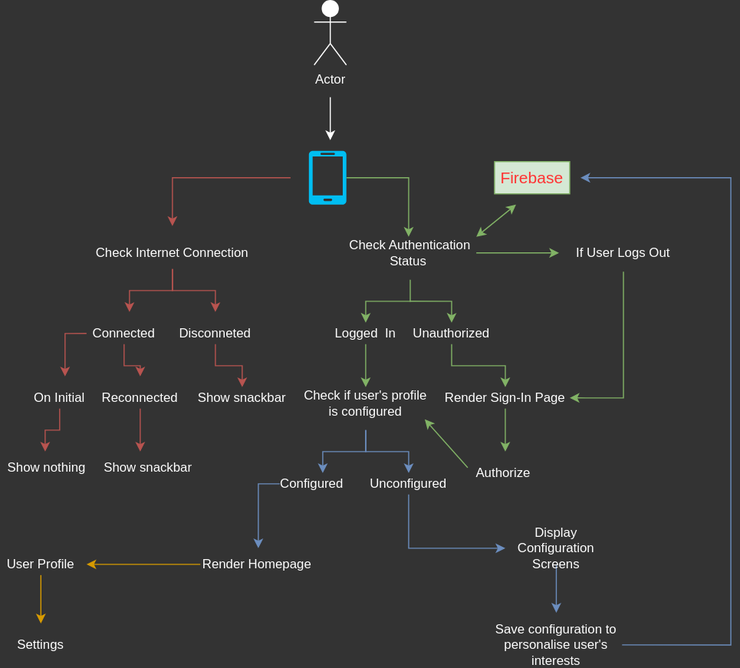
The draw.io diagram artiver-visualization.svg in wzslr321/artiver, before a commit. Source tidied: cells renumbered, new cells last; positions are measured from the earlier drawing's top-left corner, leaving out a move shared by most shapes.
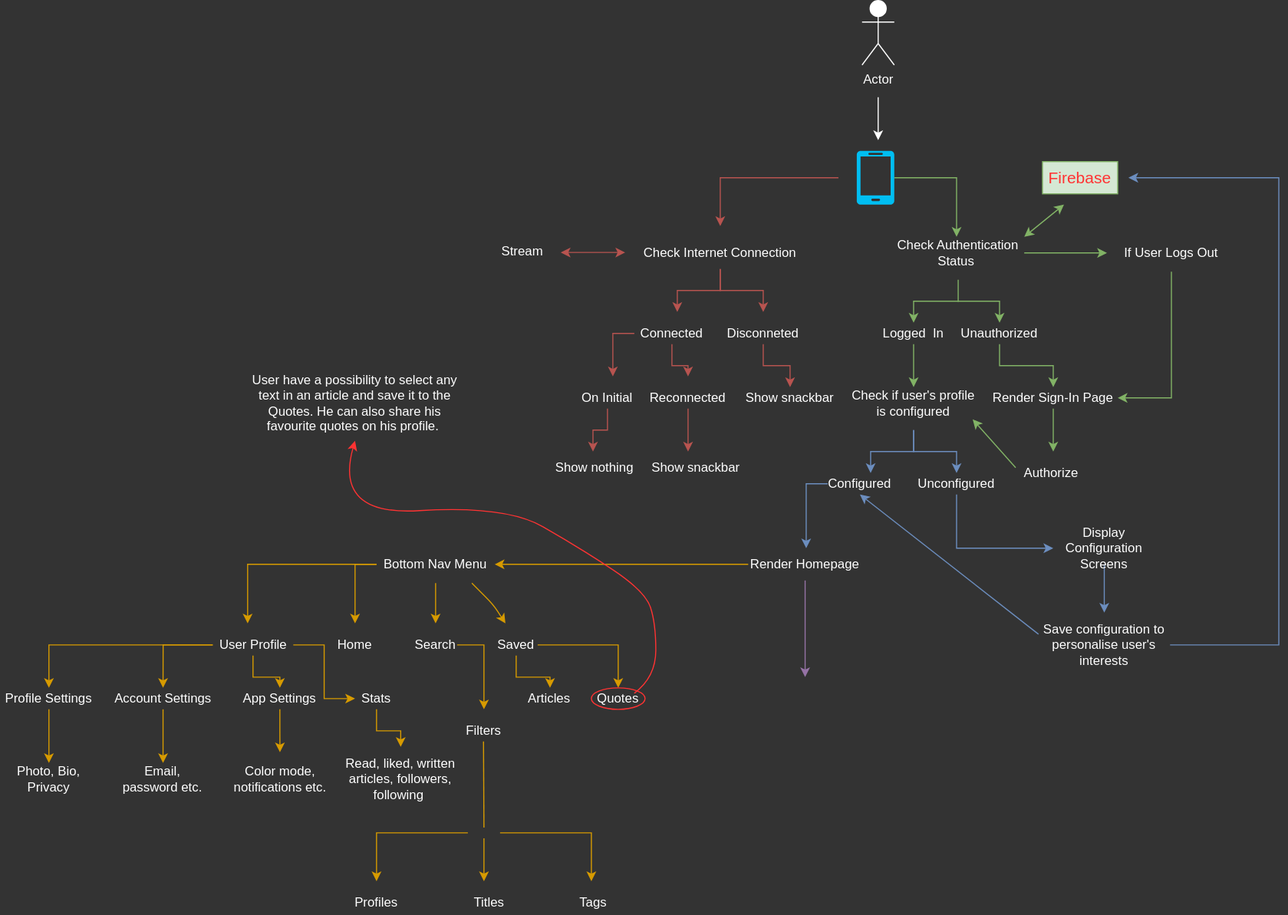
After the change.

What changed in the source:
```diff
@@ -200,24 +200,191 @@
     <mxCell id="48" value="&lt;font color=&quot;#ffffff&quot;&gt;Save configuration to personalise user's interests&lt;/font&gt;" style="text;html=1;strokeColor=none;fillColor=none;align=center;verticalAlign=middle;whiteSpace=wrap;rounded=0;" parent="1" vertex="1">
       <mxGeometry x="456.2" y="580" width="122.5" height="40" as="geometry" />
     </mxCell>
-    <mxCell id="49" style="edgeStyle=orthogonalEdgeStyle;rounded=0;jettySize=auto;html=1;exitX=0;exitY=0.5;exitDx=0;exitDy=0;fillColor=#ffe6cc;strokeColor=#d79b00;" parent="1" edge="1" source="50">
-      <mxGeometry relative="1" as="geometry">
-        <mxPoint x="80" y="525" as="targetPoint" />
-      </mxGeometry>
-    </mxCell>
+    <mxCell id="54" style="edgeStyle=orthogonalEdgeStyle;rounded=0;jettySize=auto;html=1;fillColor=#e1d5e7;strokeColor=#9673a6;" parent="1" edge="1" source="50">
+      <mxGeometry relative="1" as="geometry">
+        <mxPoint x="239" y="630" as="targetPoint" />
+      </mxGeometry>
+    </mxCell>
+    <mxCell id="55" style="edgeStyle=orthogonalEdgeStyle;rounded=0;jettySize=auto;html=1;fillColor=#ffe6cc;strokeColor=#d79b00;" parent="1" edge="1" source="50" target="77">
+      <mxGeometry relative="1" as="geometry" />
+    </mxCell>
     <mxCell id="50" value="&lt;font color=&quot;#ffffff&quot;&gt;Render Homepage&lt;/font&gt;" style="text;html=1;strokeColor=none;fillColor=none;align=center;verticalAlign=middle;whiteSpace=wrap;rounded=0;" parent="1" vertex="1">
       <mxGeometry x="186" y="510" width="106" height="30" as="geometry" />
     </mxCell>
-    <mxCell id="51" style="edgeStyle=orthogonalEdgeStyle;rounded=0;jettySize=auto;html=1;fillColor=#ffe6cc;strokeColor=#d79b00;" parent="1" edge="1" source="52">
-      <mxGeometry relative="1" as="geometry">
-        <mxPoint x="37.5" y="580" as="targetPoint" />
-      </mxGeometry>
-    </mxCell>
+    <mxCell id="56" style="edgeStyle=orthogonalEdgeStyle;rounded=0;jettySize=auto;html=1;entryX=0;entryY=0.5;entryDx=0;entryDy=0;fillColor=#ffe6cc;strokeColor=#d79b00;" parent="1" edge="1" source="52" target="71">
+      <mxGeometry relative="1" as="geometry" />
+    </mxCell>
+    <mxCell id="57" style="edgeStyle=orthogonalEdgeStyle;rounded=0;jettySize=auto;html=1;entryX=0.5;entryY=0;entryDx=0;entryDy=0;fillColor=#ffe6cc;strokeColor=#d79b00;" parent="1" edge="1" source="52" target="69">
+      <mxGeometry relative="1" as="geometry" />
+    </mxCell>
+    <mxCell id="58" style="edgeStyle=orthogonalEdgeStyle;rounded=0;jettySize=auto;html=1;entryX=0.5;entryY=0;entryDx=0;entryDy=0;fillColor=#ffe6cc;strokeColor=#d79b00;" parent="1" edge="1" source="52" target="53">
+      <mxGeometry relative="1" as="geometry" />
+    </mxCell>
+    <mxCell id="59" style="edgeStyle=orthogonalEdgeStyle;rounded=0;jettySize=auto;html=1;entryX=0.5;entryY=0;entryDx=0;entryDy=0;fillColor=#ffe6cc;strokeColor=#d79b00;" parent="1" edge="1" source="52" target="62">
+      <mxGeometry relative="1" as="geometry" />
+    </mxCell>
     <mxCell id="52" value="&lt;font color=&quot;#ffffff&quot;&gt;User Profile&lt;/font&gt;" style="text;html=1;strokeColor=none;fillColor=none;align=center;verticalAlign=middle;whiteSpace=wrap;rounded=0;" parent="1" vertex="1">
-      <mxGeometry y="515" width="75" height="20" as="geometry" />
+      <mxGeometry x="-312.5" y="590" width="75" height="20" as="geometry" />
     </mxCell>
+    <mxCell id="60" style="edgeStyle=orthogonalEdgeStyle;rounded=0;jettySize=auto;html=1;entryX=0.5;entryY=0;entryDx=0;entryDy=0;fillColor=#ffe6cc;strokeColor=#d79b00;" parent="1" edge="1" source="53" target="64">
+      <mxGeometry relative="1" as="geometry" />
+    </mxCell>
-    <mxCell id="53" value="&lt;font color=&quot;#ffffff&quot;&gt;Settings&lt;/font&gt;" style="text;html=1;strokeColor=none;fillColor=none;align=center;verticalAlign=middle;whiteSpace=wrap;rounded=0;" parent="1" vertex="1">
-      <mxGeometry x="6.2" y="590" width="62.5" height="20" as="geometry" />
+    <mxCell id="53" value="&lt;font color=&quot;#ffffff&quot;&gt;Account&amp;nbsp;&lt;span&gt;Settings&lt;/span&gt;&lt;/font&gt;" style="text;html=1;strokeColor=none;fillColor=none;align=center;verticalAlign=middle;whiteSpace=wrap;rounded=0;" parent="1" vertex="1">
+      <mxGeometry x="-390" y="640" width="62.5" height="20" as="geometry" />
     </mxCell>
+    <mxCell id="61" style="edgeStyle=orthogonalEdgeStyle;rounded=0;jettySize=auto;html=1;fillColor=#ffe6cc;strokeColor=#d79b00;" parent="1" edge="1" source="62" target="67">
+      <mxGeometry relative="1" as="geometry" />
+    </mxCell>
+    <mxCell id="62" value="&lt;font color=&quot;#ffffff&quot;&gt;Profile Settings&lt;/font&gt;" style="text;html=1;strokeColor=none;fillColor=none;align=center;verticalAlign=middle;whiteSpace=wrap;rounded=0;" parent="1" vertex="1">
+      <mxGeometry x="-510" y="640" width="90" height="20" as="geometry" />
+    </mxCell>
+    <mxCell id="63" value="&lt;font color=&quot;#ffffff&quot;&gt;Read, liked, written articles, followers, following&amp;nbsp;&lt;/font&gt;" style="text;html=1;strokeColor=none;fillColor=none;align=center;verticalAlign=middle;whiteSpace=wrap;rounded=0;" parent="1" vertex="1">
+      <mxGeometry x="-190" y="695" width="105" height="60" as="geometry" />
+    </mxCell>
+    <mxCell id="64" value="&lt;font color=&quot;#ffffff&quot;&gt;Email, password etc.&lt;/font&gt;" style="text;html=1;strokeColor=none;fillColor=none;align=center;verticalAlign=middle;whiteSpace=wrap;rounded=0;" parent="1" vertex="1">
+      <mxGeometry x="-398.8" y="710" width="80" height="30" as="geometry" />
+    </mxCell>
+    <mxCell id="65" value="&lt;font color=&quot;#ffffff&quot;&gt;Stream&lt;/font&gt;" style="text;html=1;strokeColor=none;fillColor=none;align=center;verticalAlign=middle;whiteSpace=wrap;rounded=0;" parent="1" vertex="1">
+      <mxGeometry x="-53.8" y="217.5" width="60" height="32.5" as="geometry" />
+    </mxCell>
+    <mxCell id="66" style="endArrow=classic;startArrow=classic;html=1;fillColor=#f8cecc;strokeColor=#b85450;" parent="1" edge="1">
+      <mxGeometry relative="1" as="geometry">
+        <mxPoint x="11.5" y="234.6" as="sourcePoint" />
+        <mxPoint x="71.5" y="234.6" as="targetPoint" />
+      </mxGeometry>
+    </mxCell>
+    <mxCell id="67" value="&lt;font color=&quot;#ffffff&quot;&gt;Photo, Bio, Privacy&lt;/font&gt;" style="text;html=1;strokeColor=none;fillColor=none;align=center;verticalAlign=middle;whiteSpace=wrap;rounded=0;" parent="1" vertex="1">
+      <mxGeometry x="-500" y="710" width="70" height="30" as="geometry" />
+    </mxCell>
+    <mxCell id="68" style="edgeStyle=orthogonalEdgeStyle;rounded=0;jettySize=auto;html=1;fillColor=#ffe6cc;strokeColor=#d79b00;" parent="1" edge="1" source="69" target="72">
+      <mxGeometry relative="1" as="geometry" />
+    </mxCell>
+    <mxCell id="69" value="&lt;font color=&quot;#ffffff&quot;&gt;App Settings&lt;/font&gt;" style="text;html=1;strokeColor=none;fillColor=none;align=center;verticalAlign=middle;whiteSpace=wrap;rounded=0;" parent="1" vertex="1">
+      <mxGeometry x="-290" y="640" width="80" height="20" as="geometry" />
+    </mxCell>
+    <mxCell id="70" style="edgeStyle=orthogonalEdgeStyle;rounded=0;jettySize=auto;html=1;entryX=0.5;entryY=0;entryDx=0;entryDy=0;fillColor=#ffe6cc;strokeColor=#d79b00;" parent="1" edge="1" source="71" target="63">
+      <mxGeometry relative="1" as="geometry" />
+    </mxCell>
+    <mxCell id="71" value="&lt;font color=&quot;#ffffff&quot;&gt;Stats&lt;/font&gt;" style="text;html=1;strokeColor=none;fillColor=none;align=center;verticalAlign=middle;whiteSpace=wrap;rounded=0;" parent="1" vertex="1">
+      <mxGeometry x="-180" y="640" width="40" height="20" as="geometry" />
+    </mxCell>
+    <mxCell id="72" value="&lt;font color=&quot;#ffffff&quot;&gt;Color mode, notifications etc.&lt;/font&gt;" style="text;html=1;strokeColor=none;fillColor=none;align=center;verticalAlign=middle;whiteSpace=wrap;rounded=0;" parent="1" vertex="1">
+      <mxGeometry x="-306.2" y="700" width="112.5" height="50" as="geometry" />
+    </mxCell>
+    <mxCell id="73" style="endArrow=classic;html=1;entryX=0.5;entryY=1;entryDx=0;entryDy=0;exitX=0;exitY=0.25;exitDx=0;exitDy=0;fillColor=#dae8fc;strokeColor=#6c8ebf;" parent="1" edge="1" source="48" target="42">
+      <mxGeometry relative="1" as="geometry" />
+    </mxCell>
+    <mxCell id="74" style="edgeStyle=orthogonalEdgeStyle;rounded=0;jettySize=auto;html=1;fillColor=#ffe6cc;strokeColor=#d79b00;" parent="1" edge="1" source="77">
+      <mxGeometry relative="1" as="geometry">
+        <mxPoint x="-280" y="580" as="targetPoint" />
+      </mxGeometry>
+    </mxCell>
+    <mxCell id="75" style="edgeStyle=orthogonalEdgeStyle;rounded=0;jettySize=auto;html=1;fillColor=#ffe6cc;strokeColor=#d79b00;" parent="1" edge="1" source="77">
+      <mxGeometry relative="1" as="geometry">
+        <mxPoint x="-105" y="580" as="targetPoint" />
+      </mxGeometry>
+    </mxCell>
+    <mxCell id="76" style="edgeStyle=orthogonalEdgeStyle;rounded=0;jettySize=auto;html=1;fillColor=#ffe6cc;strokeColor=#d79b00;" parent="1" edge="1" source="77">
+      <mxGeometry relative="1" as="geometry">
+        <mxPoint x="-180" y="580" as="targetPoint" />
+      </mxGeometry>
+    </mxCell>
+    <mxCell id="77" value="&lt;font color=&quot;#ffffff&quot;&gt;Bottom Nav Menu&lt;/font&gt;" style="text;html=1;strokeColor=none;fillColor=none;align=center;verticalAlign=middle;whiteSpace=wrap;rounded=0;" parent="1" vertex="1">
+      <mxGeometry x="-160" y="507.5" width="110" height="35" as="geometry" />
+    </mxCell>
+    <mxCell id="78" style="edgeStyle=orthogonalEdgeStyle;rounded=0;jettySize=auto;html=1;fillColor=#ffe6cc;strokeColor=#d79b00;" parent="1" edge="1" source="79">
+      <mxGeometry relative="1" as="geometry">
+        <mxPoint x="-60" y="660" as="targetPoint" />
+      </mxGeometry>
+    </mxCell>
+    <mxCell id="79" value="&lt;font color=&quot;#ffffff&quot;&gt;Search&lt;/font&gt;" style="text;html=1;strokeColor=none;fillColor=none;align=center;verticalAlign=middle;whiteSpace=wrap;rounded=0;" parent="1" vertex="1">
+      <mxGeometry x="-125" y="590" width="40" height="20" as="geometry" />
+    </mxCell>
+    <mxCell id="80" value="&lt;font color=&quot;#ffffff&quot;&gt;Home&lt;/font&gt;" style="text;html=1;strokeColor=none;fillColor=none;align=center;verticalAlign=middle;whiteSpace=wrap;rounded=0;" parent="1" vertex="1">
+      <mxGeometry x="-200" y="590" width="40" height="20" as="geometry" />
+    </mxCell>
+    <mxCell id="81" style="edgeStyle=orthogonalEdgeStyle;rounded=0;jettySize=auto;html=1;entryX=0.5;entryY=0;entryDx=0;entryDy=0;fillColor=#ffe6cc;strokeColor=#d79b00;" parent="1" edge="1" source="83" target="95">
+      <mxGeometry relative="1" as="geometry" />
+    </mxCell>
+    <mxCell id="82" style="edgeStyle=orthogonalEdgeStyle;rounded=0;jettySize=auto;html=1;entryX=0.5;entryY=0;entryDx=0;entryDy=0;fillColor=#ffe6cc;strokeColor=#d79b00;" parent="1" edge="1" source="83" target="96">
+      <mxGeometry relative="1" as="geometry" />
+    </mxCell>
+    <mxCell id="83" value="&lt;font color=&quot;#ffffff&quot;&gt;Saved&lt;/font&gt;" style="text;html=1;strokeColor=none;fillColor=none;align=center;verticalAlign=middle;whiteSpace=wrap;rounded=0;" parent="1" vertex="1">
+      <mxGeometry x="-50" y="590" width="40" height="20" as="geometry" />
+    </mxCell>
+    <mxCell id="84" style="endArrow=classic;html=1;fillColor=#ffe6cc;strokeColor=#d79b00;" parent="1" edge="1">
+      <mxGeometry relative="1" as="geometry">
+        <mxPoint x="-71.2" y="542.5" as="sourcePoint" />
+        <mxPoint x="-40" y="580" as="targetPoint" />
+        <Array as="points">
+          <mxPoint x="-51.2" y="562.5" />
+        </Array>
+      </mxGeometry>
+    </mxCell>
+    <mxCell id="85" value="&lt;font color=&quot;#ffffff&quot;&gt;Filters&lt;/font&gt;" style="text;html=1;strokeColor=none;fillColor=none;align=center;verticalAlign=middle;whiteSpace=wrap;rounded=0;labelBackgroundColor=none;" parent="1" vertex="1">
+      <mxGeometry x="-80" y="670" width="40" height="20" as="geometry" />
+    </mxCell>
+    <mxCell id="86" style="endArrow=none;html=1;fillColor=#ffe6cc;strokeColor=#d79b00;" parent="1" edge="1">
+      <mxGeometry relative="1" as="geometry">
+        <mxPoint x="-60" y="770" as="sourcePoint" />
+        <mxPoint x="-60.4" y="690" as="targetPoint" />
+      </mxGeometry>
+    </mxCell>
+    <mxCell id="87" style="edgeStyle=orthogonalEdgeStyle;rounded=0;jettySize=auto;html=1;fillColor=#ffe6cc;strokeColor=#d79b00;" parent="1" edge="1" source="90">
+      <mxGeometry relative="1" as="geometry">
+        <mxPoint x="-160" y="820" as="targetPoint" />
+      </mxGeometry>
+    </mxCell>
+    <mxCell id="88" style="edgeStyle=orthogonalEdgeStyle;rounded=0;jettySize=auto;html=1;fillColor=#ffe6cc;strokeColor=#d79b00;" parent="1" edge="1" source="90">
+      <mxGeometry relative="1" as="geometry">
+        <mxPoint x="-60" y="820" as="targetPoint" />
+      </mxGeometry>
+    </mxCell>
+    <mxCell id="89" style="edgeStyle=orthogonalEdgeStyle;rounded=0;jettySize=auto;html=1;fillColor=#ffe6cc;strokeColor=#d79b00;" parent="1" edge="1" source="90">
+      <mxGeometry relative="1" as="geometry">
+        <mxPoint x="40" y="820" as="targetPoint" />
+      </mxGeometry>
+    </mxCell>
+    <mxCell id="90" style="rounded=1;whiteSpace=wrap;html=1;labelBackgroundColor=none;fillColor=none;strokeColor=none;" parent="1" vertex="1">
+      <mxGeometry x="-75" y="770" width="30" height="10" as="geometry" />
+    </mxCell>
+    <mxCell id="91" value="&lt;font color=&quot;#ffffff&quot;&gt;Profiles&lt;/font&gt;" style="text;html=1;strokeColor=none;fillColor=none;align=center;verticalAlign=middle;whiteSpace=wrap;rounded=0;labelBackgroundColor=none;" parent="1" vertex="1">
+      <mxGeometry x="-180" y="830" width="40" height="20" as="geometry" />
+    </mxCell>
+    <mxCell id="92" value="&lt;font color=&quot;#ffffff&quot;&gt;Titles&lt;/font&gt;" style="text;html=1;strokeColor=none;fillColor=none;align=center;verticalAlign=middle;whiteSpace=wrap;rounded=0;labelBackgroundColor=none;" parent="1" vertex="1">
+      <mxGeometry x="-80" y="830" width="50" height="20" as="geometry" />
+    </mxCell>
+    <mxCell id="93" value="&lt;font color=&quot;#ffffff&quot;&gt;Tags&lt;/font&gt;" style="text;html=1;strokeColor=none;fillColor=none;align=center;verticalAlign=middle;whiteSpace=wrap;rounded=0;labelBackgroundColor=none;" parent="1" vertex="1">
+      <mxGeometry x="21.5" y="830" width="40" height="20" as="geometry" />
+    </mxCell>
+    <mxCell id="94" style="rounded=1;whiteSpace=wrap;html=1;labelBackgroundColor=none;fillColor=none;strokeColor=none;" parent="1" vertex="1">
+      <mxGeometry x="55" y="595" width="20" height="10" as="geometry" />
+    </mxCell>
+    <mxCell id="95" value="&lt;font color=&quot;#ffffff&quot;&gt;Articles&lt;/font&gt;" style="text;html=1;strokeColor=none;fillColor=none;align=center;verticalAlign=middle;whiteSpace=wrap;rounded=0;labelBackgroundColor=none;" parent="1" vertex="1">
+      <mxGeometry x="-18.5" y="640" width="40" height="20" as="geometry" />
+    </mxCell>
+    <mxCell id="96" value="&lt;font color=&quot;#ffffff&quot;&gt;Quotes&lt;/font&gt;" style="text;html=1;strokeColor=none;fillColor=none;align=center;verticalAlign=middle;whiteSpace=wrap;rounded=0;labelBackgroundColor=none;" parent="1" vertex="1">
+      <mxGeometry x="45" y="640" width="40" height="20" as="geometry" />
+    </mxCell>
+    <mxCell id="97" style="ellipse;whiteSpace=wrap;html=1;labelBackgroundColor=none;fillColor=none;strokeColor=#FF3333;" parent="1" vertex="1">
+      <mxGeometry x="40" y="640" width="50" height="20" as="geometry" />
+    </mxCell>
+    <mxCell id="98" style="curved=1;endArrow=classic;html=1;strokeColor=#FF3333;" parent="1" edge="1">
+      <mxGeometry relative="1" as="geometry">
+        <mxPoint x="80" y="645" as="sourcePoint" />
+        <mxPoint x="-180" y="410" as="targetPoint" />
+        <Array as="points">
+          <mxPoint x="100" y="630" />
+          <mxPoint x="100" y="580" />
+          <mxPoint x="90" y="550" />
+          <mxPoint x="30" y="510" />
+          <mxPoint x="-40" y="470" />
+          <mxPoint x="-200" y="480" />
+        </Array>
+      </mxGeometry>
+    </mxCell>
+    <mxCell id="99" value="&lt;font color=&quot;#ffffff&quot;&gt;User have a possibility to select any text in an article and save it to the Quotes. He can also share his favourite quotes on his profile.&amp;nbsp;&lt;/font&gt;" style="text;html=1;strokeColor=none;fillColor=none;align=center;verticalAlign=middle;whiteSpace=wrap;rounded=0;labelBackgroundColor=none;" parent="1" vertex="1">
+      <mxGeometry x="-285" y="320" width="210" height="110" as="geometry" />
+    </mxCell>
   </root>
 </mxGraphModel>
```
